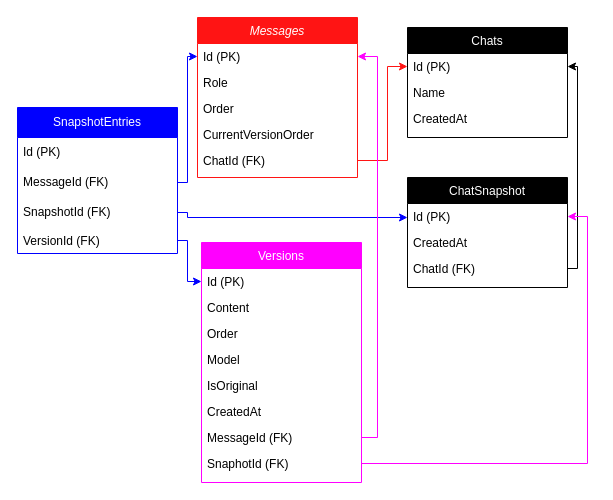
This is Diagramm/Диаграмма без названия.drawio from Ilyad200/BlazorApp4, a draw.io file, before an edit. Source tidied: cells renumbered, new cells numbered last; positions are measured from the earlier drawing's top-left corner, leaving out a move shared by most shapes. Both pictures are drawn from the tidied source at 100%, with x=0, y=0 at pixel (17, 17).
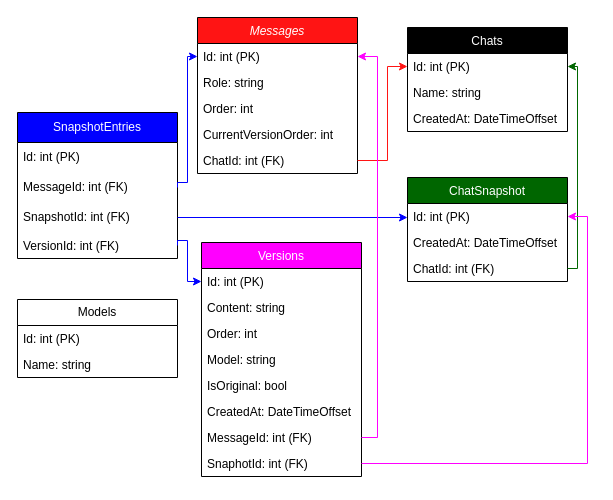
The same diagram, later.

Change to the diagram source:
```diff
@@
-    <mxCell id="2" value="Messages" style="swimlane;fontStyle=2;align=center;verticalAlign=top;horizontal=1;startSize=26;rounded=0;shadow=0;strokeWidth=1;strokeColor=#FF1414;fontColor=#FFFFFF;fillColor=#FF1414;" parent="1" vertex="1">
-      <mxGeometry x="180" width="160" height="160" as="geometry" />
+    <mxCell id="2" value="Messages" style="swimlane;fontStyle=2;align=center;verticalAlign=top;horizontal=1;startSize=26;rounded=0;shadow=0;strokeWidth=1;strokeColor=#000000;fontColor=#FFFFFF;fillColor=#FF1414;" parent="1" vertex="1">
+      <mxGeometry x="180" width="160" height="156" as="geometry" />
     </mxCell>
-    <mxCell id="3" value="Id (PK)" style="text;align=left;verticalAlign=top;spacingLeft=4;spacingRight=4;overflow=hidden;points=[[0,0.5],[1,0.5]];portConstraint=eastwest;" parent="2" vertex="1">
+    <mxCell id="3" value="Id: int (PK)" style="text;align=left;verticalAlign=top;spacingLeft=4;spacingRight=4;overflow=hidden;points=[[0,0.5],[1,0.5]];portConstraint=eastwest;" parent="2" vertex="1">
       <mxGeometry y="26" width="160" height="26" as="geometry" />
     </mxCell>
-    <mxCell id="4" value="Role" style="text;align=left;verticalAlign=top;spacingLeft=4;spacingRight=4;overflow=hidden;rounded=0;shadow=0;html=0;" parent="2" vertex="1">
+    <mxCell id="4" value="Role: string" style="text;align=left;verticalAlign=top;spacingLeft=4;spacingRight=4;overflow=hidden;rounded=0;shadow=0;html=0;" parent="2" vertex="1">
       <mxGeometry y="52" width="160" height="26" as="geometry" />
     </mxCell>
-    <mxCell id="5" value="Order" style="text;align=left;verticalAlign=top;spacingLeft=4;spacingRight=4;overflow=hidden;rounded=0;shadow=0;html=0;" parent="2" vertex="1">
+    <mxCell id="5" value="Order: int" style="text;align=left;verticalAlign=top;spacingLeft=4;spacingRight=4;overflow=hidden;rounded=0;shadow=0;html=0;" parent="2" vertex="1">
       <mxGeometry y="78" width="160" height="26" as="geometry" />
     </mxCell>
-    <mxCell id="6" value="CurrentVersionOrder" style="text;align=left;verticalAlign=top;spacingLeft=4;spacingRight=4;overflow=hidden;" parent="2" vertex="1">
+    <mxCell id="6" value="CurrentVersionOrder: int" style="text;align=left;verticalAlign=top;spacingLeft=4;spacingRight=4;overflow=hidden;" parent="2" vertex="1">
       <mxGeometry y="104" width="160" height="26" as="geometry" />
     </mxCell>
-    <mxCell id="7" value="ChatId (FK)" style="text;align=left;verticalAlign=top;spacingLeft=4;spacingRight=4;overflow=hidden;points=[[0,0.5],[1,0.5]];portConstraint=eastwest;" parent="2" vertex="1">
+    <mxCell id="7" value="ChatId: int (FK)" style="text;align=left;verticalAlign=top;spacingLeft=4;spacingRight=4;overflow=hidden;points=[[0,0.5],[1,0.5]];portConstraint=eastwest;" parent="2" vertex="1">
       <mxGeometry y="130" width="160" height="26" as="geometry" />
     </mxCell>
-    <mxCell id="8" value="Versions" style="swimlane;fontStyle=0;align=center;verticalAlign=top;horizontal=1;startSize=26;rounded=0;shadow=0;strokeWidth=1;fillColor=light-dark(#FF00FF,#EDEDED);strokeColor=light-dark(#FF00FF,#EDEDED);fontColor=#FFFFFF;" parent="1" vertex="1">
-      <mxGeometry x="184" y="225" width="160" height="240" as="geometry" />
+    <mxCell id="8" value="Versions" style="swimlane;fontStyle=0;align=center;verticalAlign=top;horizontal=1;startSize=26;rounded=0;shadow=0;strokeWidth=1;fillColor=light-dark(#FF00FF,#EDEDED);strokeColor=light-dark(#000000,#EDEDED);fontColor=#FFFFFF;" parent="1" vertex="1">
+      <mxGeometry x="184" y="225" width="160" height="234" as="geometry" />
     </mxCell>
-    <mxCell id="9" value="Id (PK)" style="text;align=left;verticalAlign=top;spacingLeft=4;spacingRight=4;overflow=hidden;points=[[0,0.5],[1,0.5]];portConstraint=eastwest;" parent="8" vertex="1">
+    <mxCell id="9" value="Id: int (PK)" style="text;align=left;verticalAlign=top;spacingLeft=4;spacingRight=4;overflow=hidden;points=[[0,0.5],[1,0.5]];portConstraint=eastwest;" parent="8" vertex="1">
       <mxGeometry y="26" width="160" height="26" as="geometry" />
     </mxCell>
-    <mxCell id="10" value="Content" style="text;align=left;verticalAlign=top;spacingLeft=4;spacingRight=4;overflow=hidden;rounded=0;shadow=0;html=0;" parent="8" vertex="1">
+    <mxCell id="10" value="Content: string" style="text;align=left;verticalAlign=top;spacingLeft=4;spacingRight=4;overflow=hidden;rounded=0;shadow=0;html=0;" parent="8" vertex="1">
       <mxGeometry y="52" width="160" height="26" as="geometry" />
     </mxCell>
-    <mxCell id="11" value="Order" style="text;align=left;verticalAlign=top;spacingLeft=4;spacingRight=4;overflow=hidden;fontStyle=0;" parent="8" vertex="1">
+    <mxCell id="11" value="Order: int" style="text;align=left;verticalAlign=top;spacingLeft=4;spacingRight=4;overflow=hidden;fontStyle=0;" parent="8" vertex="1">
       <mxGeometry y="78" width="160" height="26" as="geometry" />
     </mxCell>
-    <mxCell id="12" value="Model" style="text;align=left;verticalAlign=top;spacingLeft=4;spacingRight=4;overflow=hidden;" parent="8" vertex="1">
+    <mxCell id="12" value="Model: string" style="text;align=left;verticalAlign=top;spacingLeft=4;spacingRight=4;overflow=hidden;" parent="8" vertex="1">
       <mxGeometry y="104" width="160" height="26" as="geometry" />
     </mxCell>
-    <mxCell id="13" value="IsOriginal" style="text;align=left;verticalAlign=top;spacingLeft=4;spacingRight=4;overflow=hidden;" parent="8" vertex="1">
+    <mxCell id="13" value="IsOriginal: bool" style="text;align=left;verticalAlign=top;spacingLeft=4;spacingRight=4;overflow=hidden;" parent="8" vertex="1">
       <mxGeometry y="130" width="160" height="26" as="geometry" />
     </mxCell>
-    <mxCell id="14" value="CreatedAt" style="text;align=left;verticalAlign=top;spacingLeft=4;spacingRight=4;overflow=hidden;" parent="8" vertex="1">
+    <mxCell id="14" value="CreatedAt: DateTimeOffset" style="text;align=left;verticalAlign=top;spacingLeft=4;spacingRight=4;overflow=hidden;" parent="8" vertex="1">
       <mxGeometry y="156" width="160" height="26" as="geometry" />
     </mxCell>
-    <mxCell id="15" value="MessageId (FK)" style="text;align=left;verticalAlign=top;spacingLeft=4;spacingRight=4;overflow=hidden;points=[[0,0.5],[1,0.5]];portConstraint=eastwest;" parent="8" vertex="1">
+    <mxCell id="15" value="MessageId: int (FK)" style="text;align=left;verticalAlign=top;spacingLeft=4;spacingRight=4;overflow=hidden;points=[[0,0.5],[1,0.5]];portConstraint=eastwest;" parent="8" vertex="1">
       <mxGeometry y="182" width="160" height="26" as="geometry" />
     </mxCell>
-    <mxCell id="16" value="SnaphotId (FK)" style="text;align=left;verticalAlign=top;spacingLeft=4;spacingRight=4;overflow=hidden;points=[[0,0.5],[1,0.5]];portConstraint=eastwest;" parent="8" vertex="1">
+    <mxCell id="16" value="SnaphotId: int (FK)" style="text;align=left;verticalAlign=top;spacingLeft=4;spacingRight=4;overflow=hidden;points=[[0,0.5],[1,0.5]];portConstraint=eastwest;" parent="8" vertex="1">
       <mxGeometry y="208" width="160" height="26" as="geometry" />
     </mxCell>
-    <mxCell id="17" value="ChatSnapshot" style="swimlane;fontStyle=0;align=center;verticalAlign=top;horizontal=1;startSize=26;rounded=0;shadow=0;strokeWidth=1;fillColor=#000000;fontColor=#FFFFFF;" parent="1" vertex="1">
-      <mxGeometry x="390" y="160" width="160" height="110" as="geometry" />
+    <mxCell id="17" value="ChatSnapshot" style="swimlane;fontStyle=0;align=center;verticalAlign=top;horizontal=1;startSize=26;rounded=0;shadow=0;strokeWidth=1;fillColor=#006600;fontColor=#FFFFFF;" parent="1" vertex="1">
+      <mxGeometry x="390" y="160" width="160" height="104" as="geometry" />
     </mxCell>
-    <mxCell id="18" value="Id (PK)" style="text;align=left;verticalAlign=top;spacingLeft=4;spacingRight=4;overflow=hidden;points=[[0,0.5],[1,0.5]];portConstraint=eastwest;" parent="17" vertex="1">
+    <mxCell id="18" value="Id: int (PK)" style="text;align=left;verticalAlign=top;spacingLeft=4;spacingRight=4;overflow=hidden;points=[[0,0.5],[1,0.5]];portConstraint=eastwest;" parent="17" vertex="1">
       <mxGeometry y="26" width="160" height="26" as="geometry" />
     </mxCell>
-    <mxCell id="19" value="CreatedAt" style="text;align=left;verticalAlign=top;spacingLeft=4;spacingRight=4;overflow=hidden;" parent="17" vertex="1">
+    <mxCell id="19" value="CreatedAt: DateTimeOffset" style="text;align=left;verticalAlign=top;spacingLeft=4;spacingRight=4;overflow=hidden;" parent="17" vertex="1">
       <mxGeometry y="52" width="160" height="26" as="geometry" />
     </mxCell>
-    <mxCell id="20" value="ChatId (FK)" style="text;align=left;verticalAlign=top;spacingLeft=4;spacingRight=4;overflow=hidden;points=[[0,0.5],[1,0.5]];portConstraint=eastwest;" parent="17" vertex="1">
+    <mxCell id="20" value="ChatId: int (FK)" style="text;align=left;verticalAlign=top;spacingLeft=4;spacingRight=4;overflow=hidden;points=[[0,0.5],[1,0.5]];portConstraint=eastwest;" parent="17" vertex="1">
       <mxGeometry y="78" width="160" height="26" as="geometry" />
     </mxCell>
-    <mxCell id="21" style="endArrow=classic;endFill=1;shadow=0;strokeWidth=1;rounded=0;edgeStyle=orthogonalEdgeStyle;elbow=vertical;entryX=1;entryY=0.5;entryDx=0;entryDy=0;exitX=1;exitY=0.5;exitDx=0;exitDy=0;" parent="1" edge="1" source="20" target="23">
+    <mxCell id="21" style="endArrow=classic;endFill=1;shadow=0;strokeWidth=1;rounded=0;edgeStyle=orthogonalEdgeStyle;elbow=vertical;entryX=1;entryY=0.5;entryDx=0;entryDy=0;exitX=1;exitY=0.5;exitDx=0;exitDy=0;fillColor=#006600;strokeColor=#006600;" parent="1" edge="1" source="20" target="23">
       <mxGeometry relative="1" as="geometry">
         <Array as="points">
           <mxPoint x="560" y="251" />
           <mxPoint x="560" y="49" />
         </Array>
       </mxGeometry>
     </mxCell>
     <mxCell id="22" value="Chats" style="swimlane;fontStyle=0;align=center;verticalAlign=top;horizontal=1;startSize=26;rounded=0;shadow=0;strokeWidth=1;fontColor=#FFFFFF;fillColor=#000000;" parent="1" vertex="1">
-      <mxGeometry x="390" y="10" width="160" height="110" as="geometry" />
+      <mxGeometry x="390" y="10" width="160" height="104" as="geometry" />
     </mxCell>
-    <mxCell id="23" value="Id (PK)" style="text;align=left;verticalAlign=top;spacingLeft=4;spacingRight=4;overflow=hidden;points=[[0,0.5],[1,0.5]];portConstraint=eastwest;" parent="22" vertex="1">
+    <mxCell id="23" value="Id: int (PK)" style="text;align=left;verticalAlign=top;spacingLeft=4;spacingRight=4;overflow=hidden;points=[[0,0.5],[1,0.5]];portConstraint=eastwest;" parent="22" vertex="1">
       <mxGeometry y="26" width="160" height="26" as="geometry" />
     </mxCell>
-    <mxCell id="24" value="Name" style="text;align=left;verticalAlign=top;spacingLeft=4;spacingRight=4;overflow=hidden;rounded=0;shadow=0;html=0;" parent="22" vertex="1">
+    <mxCell id="24" value="Name: string" style="text;align=left;verticalAlign=top;spacingLeft=4;spacingRight=4;overflow=hidden;rounded=0;shadow=0;html=0;" parent="22" vertex="1">
       <mxGeometry y="52" width="160" height="26" as="geometry" />
     </mxCell>
-    <mxCell id="25" value="CreatedAt" style="text;align=left;verticalAlign=top;spacingLeft=4;spacingRight=4;overflow=hidden;rounded=0;shadow=0;html=0;" parent="22" vertex="1">
+    <mxCell id="25" value="CreatedAt: DateTimeOffset" style="text;align=left;verticalAlign=top;spacingLeft=4;spacingRight=4;overflow=hidden;rounded=0;shadow=0;html=0;" parent="22" vertex="1">
       <mxGeometry y="78" width="160" height="26" as="geometry" />
     </mxCell>
-    <mxCell id="26" value="SnapshotEntries" style="swimlane;fontStyle=0;horizontal=1;startSize=30;whiteSpace=wrap;html=1;strokeColor=#0000FF;fillColor=#0000FF;fontColor=#FFFFFF;" parent="1" vertex="1">
-      <mxGeometry y="90" width="160" height="146" as="geometry" />
+    <mxCell id="26" value="SnapshotEntries" style="swimlane;fontStyle=0;horizontal=1;startSize=30;whiteSpace=wrap;html=1;strokeColor=#000000;fillColor=#0000FF;fontColor=#FFFFFF;" parent="1" vertex="1">
+      <mxGeometry y="95" width="160" height="146" as="geometry" />
     </mxCell>
-    <mxCell id="27" value="Id (PK)" style="text;strokeColor=none;fillColor=none;align=left;verticalAlign=middle;spacingLeft=4;spacingRight=4;overflow=hidden;whiteSpace=wrap;html=1;" parent="26" vertex="1">
+    <mxCell id="27" value="Id: int (PK)" style="text;strokeColor=none;fillColor=none;align=left;verticalAlign=middle;spacingLeft=4;spacingRight=4;overflow=hidden;whiteSpace=wrap;html=1;" parent="26" vertex="1">
       <mxGeometry y="30" width="160" height="30" as="geometry" />
     </mxCell>
-    <mxCell id="28" value="MessageId (FK)" style="text;strokeColor=none;fillColor=none;align=left;verticalAlign=middle;spacingLeft=4;spacingRight=4;overflow=hidden;points=[[0,0.5],[1,0.5]];portConstraint=eastwest;whiteSpace=wrap;html=1;" parent="26" vertex="1">
+    <mxCell id="28" value="MessageId: int (FK)" style="text;strokeColor=none;fillColor=none;align=left;verticalAlign=middle;spacingLeft=4;spacingRight=4;overflow=hidden;points=[[0,0.5],[1,0.5]];portConstraint=eastwest;whiteSpace=wrap;html=1;" parent="26" vertex="1">
       <mxGeometry y="60" width="160" height="30" as="geometry" />
     </mxCell>
-    <mxCell id="29" value="SnapshotId (FK)" style="text;strokeColor=none;fillColor=none;align=left;verticalAlign=middle;spacingLeft=4;spacingRight=4;overflow=hidden;points=[[0,0.5],[1,0.5]];portConstraint=eastwest;whiteSpace=wrap;html=1;" parent="26" vertex="1">
+    <mxCell id="29" value="SnapshotId: int (FK)" style="text;strokeColor=none;fillColor=none;align=left;verticalAlign=middle;spacingLeft=4;spacingRight=4;overflow=hidden;points=[[0,0.5],[1,0.5]];portConstraint=eastwest;whiteSpace=wrap;html=1;" parent="26" vertex="1">
       <mxGeometry y="90" width="160" height="30" as="geometry" />
     </mxCell>
-    <mxCell id="30" value="VersionId (FK)" style="text;align=left;verticalAlign=top;spacingLeft=4;spacingRight=4;overflow=hidden;points=[[0,0.5],[1,0.5]];portConstraint=eastwest;" parent="26" vertex="1">
+    <mxCell id="30" value="VersionId: int (FK)" style="text;align=left;verticalAlign=top;spacingLeft=4;spacingRight=4;overflow=hidden;points=[[0,0.5],[1,0.5]];portConstraint=eastwest;" parent="26" vertex="1">
       <mxGeometry y="120" width="160" height="26" as="geometry" />
     </mxCell>
@@
-    <mxCell id="32" style="edgeStyle=orthogonalEdgeStyle;rounded=0;jettySize=auto;html=1;strokeColor=#0000FF;" parent="1" edge="1" source="29">
+    <mxCell id="32" style="edgeStyle=orthogonalEdgeStyle;rounded=0;jettySize=auto;html=1;strokeColor=#0000FF;exitX=1;exitY=0.5;exitDx=0;exitDy=0;" parent="1" edge="1" source="29">
       <mxGeometry relative="1" as="geometry">
         <mxPoint x="390" y="200" as="targetPoint" />
         <Array as="points">
-          <mxPoint x="170" y="195" />
-          <mxPoint x="170" y="200" />
+          <mxPoint x="160.8" y="200" />
+          <mxPoint x="160.8" y="200" />
         </Array>
       </mxGeometry>
     </mxCell>
@@
+    <mxCell id="37" value="Models" style="swimlane;fontStyle=0;horizontal=1;startSize=26;fillColor=none;whiteSpace=wrap;html=1;" parent="1" vertex="1">
+      <mxGeometry y="282" width="160" height="78" as="geometry" />
+    </mxCell>
+    <mxCell id="38" value="Id: int (PK)" style="text;strokeColor=none;fillColor=none;align=left;verticalAlign=top;spacingLeft=4;spacingRight=4;overflow=hidden;whiteSpace=wrap;html=1;" parent="37" vertex="1">
+      <mxGeometry y="26" width="160" height="26" as="geometry" />
+    </mxCell>
+    <mxCell id="39" value="Name: string" style="text;strokeColor=none;fillColor=none;align=left;verticalAlign=top;spacingLeft=4;spacingRight=4;overflow=hidden;whiteSpace=wrap;html=1;" parent="37" vertex="1">
+      <mxGeometry y="52" width="160" height="26" as="geometry" />
+    </mxCell>
```
